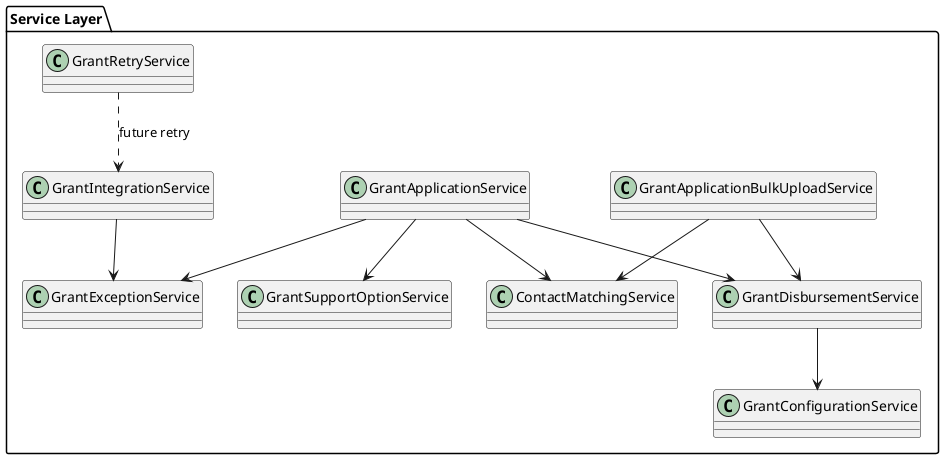
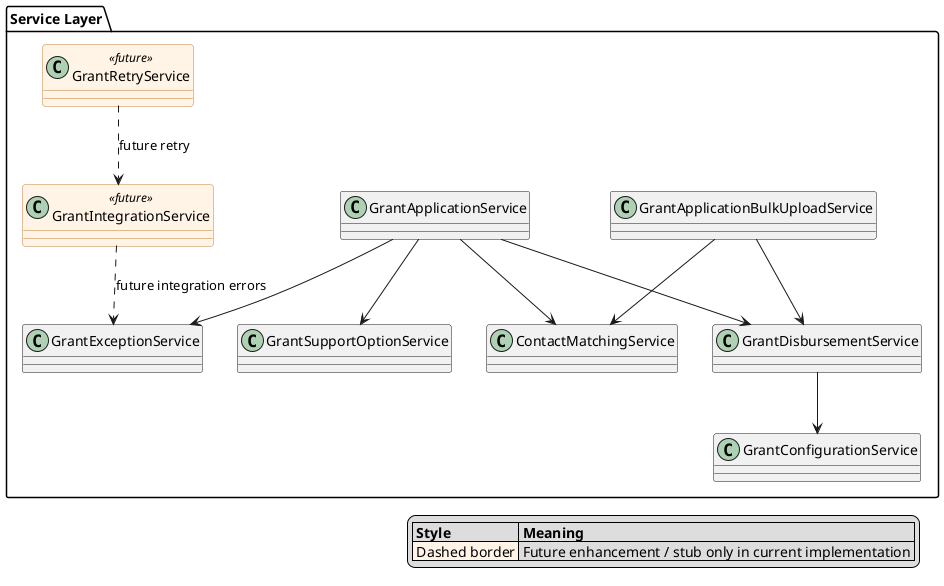
@startuml
+ skinparam class {
+     BackgroundColor<<future>> #FFF4E6
+     BorderColor<<future>> #C47F36
+     BorderStyle<<future>> dashed
+ }

package "Service Layer" {

class GrantApplicationService

class ContactMatchingService

class GrantDisbursementService

class GrantConfigurationService

class GrantSupportOptionService

class GrantApplicationBulkUploadService

class GrantExceptionService

- class GrantIntegrationService
+ class GrantIntegrationService <<future>>

- class GrantRetryService
+ class GrantRetryService <<future>>

}

GrantApplicationService --> ContactMatchingService

GrantApplicationService --> GrantDisbursementService

GrantApplicationService --> GrantSupportOptionService

GrantDisbursementService --> GrantConfigurationService

GrantApplicationBulkUploadService --> ContactMatchingService

GrantApplicationBulkUploadService --> GrantDisbursementService

GrantApplicationService --> GrantExceptionService

- GrantIntegrationService --> GrantExceptionService
+ GrantIntegrationService ..> GrantExceptionService : future integration errors

GrantRetryService ..> GrantIntegrationService : future retry

+ legend right
+   |= Style |= Meaning |
+   |<#FFF4E6> Dashed border | Future enhancement / stub only in current implementation |
+ endlegend
+ 
@enduml
